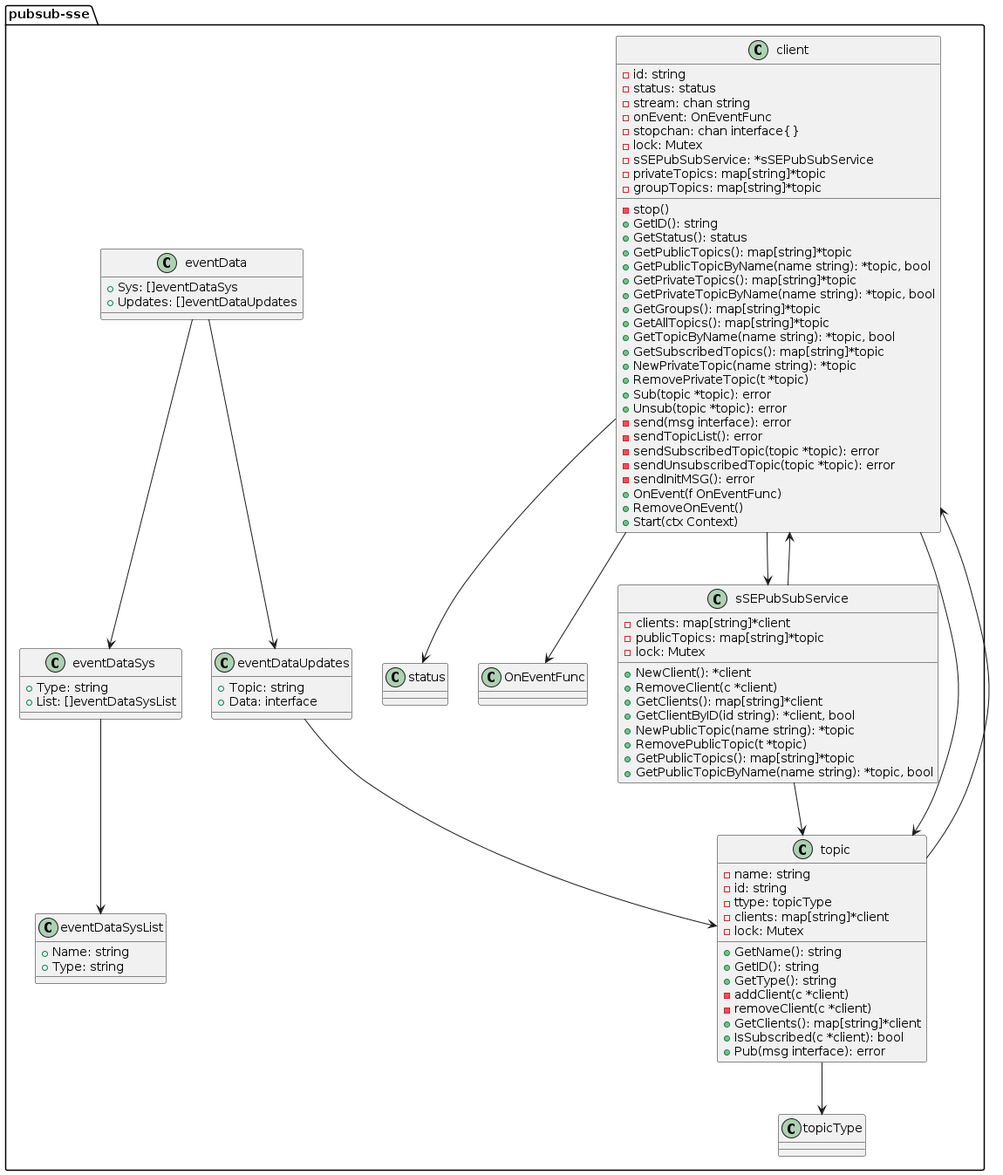
Earlier version of the PlantUML export img/uml.png (JulianKropp/pubsub-sse).
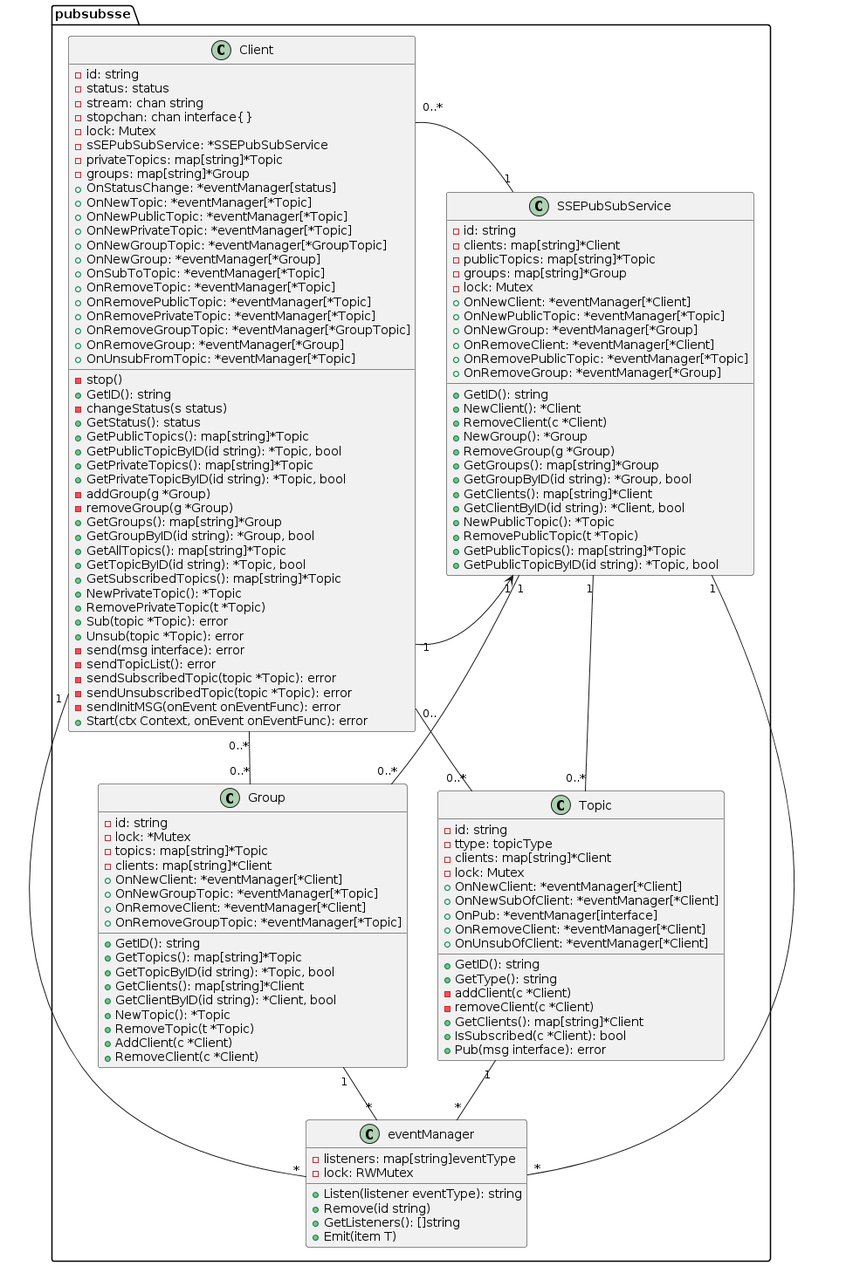
The same diagram one commit later.

What changed in the source:
```diff
@@ -1,111 +1,148 @@
 @startuml
-package pubsub-sse {
+package pubsubsse{
 
-class client {
+class Client {
 -id: string
 -status: status
 -stream: chan string
--onEvent: OnEventFunc
 -stopchan: chan interface{}
 -lock: Mutex
--sSEPubSubService: *sSEPubSubService
--privateTopics: map[string]*topic
--groupTopics: map[string]*topic
+-sSEPubSubService: *SSEPubSubService
+-privateTopics: map[string]*Topic
+-groups: map[string]*Group
++OnStatusChange: *eventManager[status]
++OnNewTopic: *eventManager[*Topic]
++OnNewPublicTopic: *eventManager[*Topic]
++OnNewPrivateTopic: *eventManager[*Topic]
++OnNewGroupTopic: *eventManager[*GroupTopic]
++OnNewGroup: *eventManager[*Group]
++OnSubToTopic: *eventManager[*Topic]
++OnRemoveTopic: *eventManager[*Topic]
++OnRemovePublicTopic: *eventManager[*Topic]
++OnRemovePrivateTopic: *eventManager[*Topic]
++OnRemoveGroupTopic: *eventManager[*GroupTopic]
++OnRemoveGroup: *eventManager[*Group]
++OnUnsubFromTopic: *eventManager[*Topic]
 -stop()
 +GetID(): string
+-changeStatus(s status)
 +GetStatus(): status
-+GetPublicTopics(): map[string]*topic
-+GetPublicTopicByName(name string): *topic, bool
-+GetPrivateTopics(): map[string]*topic
-+GetPrivateTopicByName(name string): *topic, bool
-+GetGroups(): map[string]*topic
-+GetAllTopics(): map[string]*topic
-+GetTopicByName(name string): *topic, bool
-+GetSubscribedTopics(): map[string]*topic
-+NewPrivateTopic(name string): *topic
-+RemovePrivateTopic(t *topic)
-+Sub(topic *topic): error
-+Unsub(topic *topic): error
++GetPublicTopics(): map[string]*Topic
++GetPublicTopicByID(id string): *Topic, bool
++GetPrivateTopics(): map[string]*Topic
++GetPrivateTopicByID(id string): *Topic, bool
+-addGroup(g *Group)
+-removeGroup(g *Group)
++GetGroups(): map[string]*Group
++GetGroupByID(id string): *Group, bool
++GetAllTopics(): map[string]*Topic
++GetTopicByID(id string): *Topic, bool
++GetSubscribedTopics(): map[string]*Topic
++NewPrivateTopic(): *Topic
++RemovePrivateTopic(t *Topic)
++Sub(topic *Topic): error
++Unsub(topic *Topic): error
 -send(msg interface): error
 -sendTopicList(): error
--sendSubscribedTopic(topic *topic): error
--sendUnsubscribedTopic(topic *topic): error
--sendInitMSG(): error
-+OnEvent(f OnEventFunc)
-+RemoveOnEvent()
-+Start(ctx Context)
+-sendSubscribedTopic(topic *Topic): error
+-sendUnsubscribedTopic(topic *Topic): error
+-sendInitMSG(onEvent onEventFunc): error
++Start(ctx Context, onEvent onEventFunc): error
 }
-class status {
+
+class eventManager {
+-listeners: map[string]eventType
+-lock: RWMutex
++Listen(listener eventType): string
++Remove(id string)
++GetListeners(): []string
++Emit(item T)
+}
+class Group {
+-id: string
+-lock: *Mutex
+-topics: map[string]*Topic
+-clients: map[string]*Client
++OnNewClient: *eventManager[*Client]
++OnNewGroupTopic: *eventManager[*Topic]
++OnRemoveClient: *eventManager[*Client]
++OnRemoveGroupTopic: *eventManager[*Topic]
++GetID(): string
++GetTopics(): map[string]*Topic
++GetTopicByID(id string): *Topic, bool
++GetClients(): map[string]*Client
++GetClientByID(id string): *Client, bool
++NewTopic(): *Topic
++RemoveTopic(t *Topic)
++AddClient(c *Client)
++RemoveClient(c *Client)
+}
+class SSEPubSubService {
+-id: string
+-clients: map[string]*Client
+-publicTopics: map[string]*Topic
+-groups: map[string]*Group
+-lock: Mutex
++OnNewClient: *eventManager[*Client]
++OnNewPublicTopic: *eventManager[*Topic]
++OnNewGroup: *eventManager[*Group]
++OnRemoveClient: *eventManager[*Client]
++OnRemovePublicTopic: *eventManager[*Topic]
++OnRemoveGroup: *eventManager[*Group]
++GetID(): string
++NewClient(): *Client
++RemoveClient(c *Client)
++NewGroup(): *Group
++RemoveGroup(g *Group)
++GetGroups(): map[string]*Group
++GetGroupByID(id string): *Group, bool
++GetClients(): map[string]*Client
++GetClientByID(id string): *Client, bool
++NewPublicTopic(): *Topic
++RemovePublicTopic(t *Topic)
++GetPublicTopics(): map[string]*Topic
++GetPublicTopicByID(id string): *Topic, bool
+}
 
 
+class Topic {
+-id: string
+-ttype: topicType
+-clients: map[string]*Client
+-lock: Mutex
++OnNewClient: *eventManager[*Client]
++OnNewSubOfClient: *eventManager[*Client]
++OnPub: *eventManager[interface]
++OnRemoveClient: *eventManager[*Client]
++OnUnsubOfClient: *eventManager[*Client]
++GetID(): string
++GetType(): string
+-addClient(c *Client)
+-removeClient(c *Client)
++GetClients(): map[string]*Client
++IsSubscribed(c *Client): bool
++Pub(msg interface): error
 }
-class OnEventFunc {
-
 
 }
-class sSEPubSubService {
--clients: map[string]*client
--publicTopics: map[string]*topic
--lock: Mutex
-+NewClient(): *client
-+RemoveClient(c *client)
-+GetClients(): map[string]*client
-+GetClientByID(id string): *client, bool
-+NewPublicTopic(name string): *topic
-+RemovePublicTopic(t *topic)
-+GetPublicTopics(): map[string]*topic
-+GetPublicTopicByName(name string): *topic, bool
-}
-class topic {
--name: string
--id: string
--ttype: topicType
--clients: map[string]*client
--lock: Mutex
-+GetName(): string
-+GetID(): string
-+GetType(): string
--addClient(c *client)
--removeClient(c *client)
-+GetClients(): map[string]*client
-+IsSubscribed(c *client): bool
-+Pub(msg interface): error
-}
-class eventDataSys {
-+Type: string
-+List: []eventDataSysList
+
+Client "1" -right-> "1" SSEPubSubService
+
+Client "0.." -down- "0..*" Topic
+
+Client "0..*" -down- "0..*" Group
+
+Client "1" -down- "*" eventManager
+
+Group "1" -down- "*" eventManager
+
+SSEPubSubService "1" -down- "0..*" Client
+SSEPubSubService "1" -down- "0..*" Topic
+SSEPubSubService "1" -down- "0..*" Group
+
+SSEPubSubService "1" -down- "*" eventManager
+
+Topic "1" -down- "*" eventManager
 
 }
-class eventDataSysList {
-+Name: string
-+Type: string
-
-}
-class topicType {
-
-
-}
-class eventData {
-+Sys: []eventDataSys
-+Updates: []eventDataUpdates
-
-}
-class eventDataUpdates {
-+Topic: string
-+Data: interface
-
-}
-}
-"client" --> "status"
-"client" --> "OnEventFunc"
-"client" --> "sSEPubSubService"
-"client" --> "topic"
-"sSEPubSubService" --> "client"
-"sSEPubSubService" --> "topic"
-"topic" --> "topicType"
-"topic" --> "client"
-"eventDataSys" --> "eventDataSysList"
-"eventDataUpdates" --> "topic"
-"eventData" --> "eventDataSys"
-"eventData" --> "eventDataUpdates"
 @enduml
```
